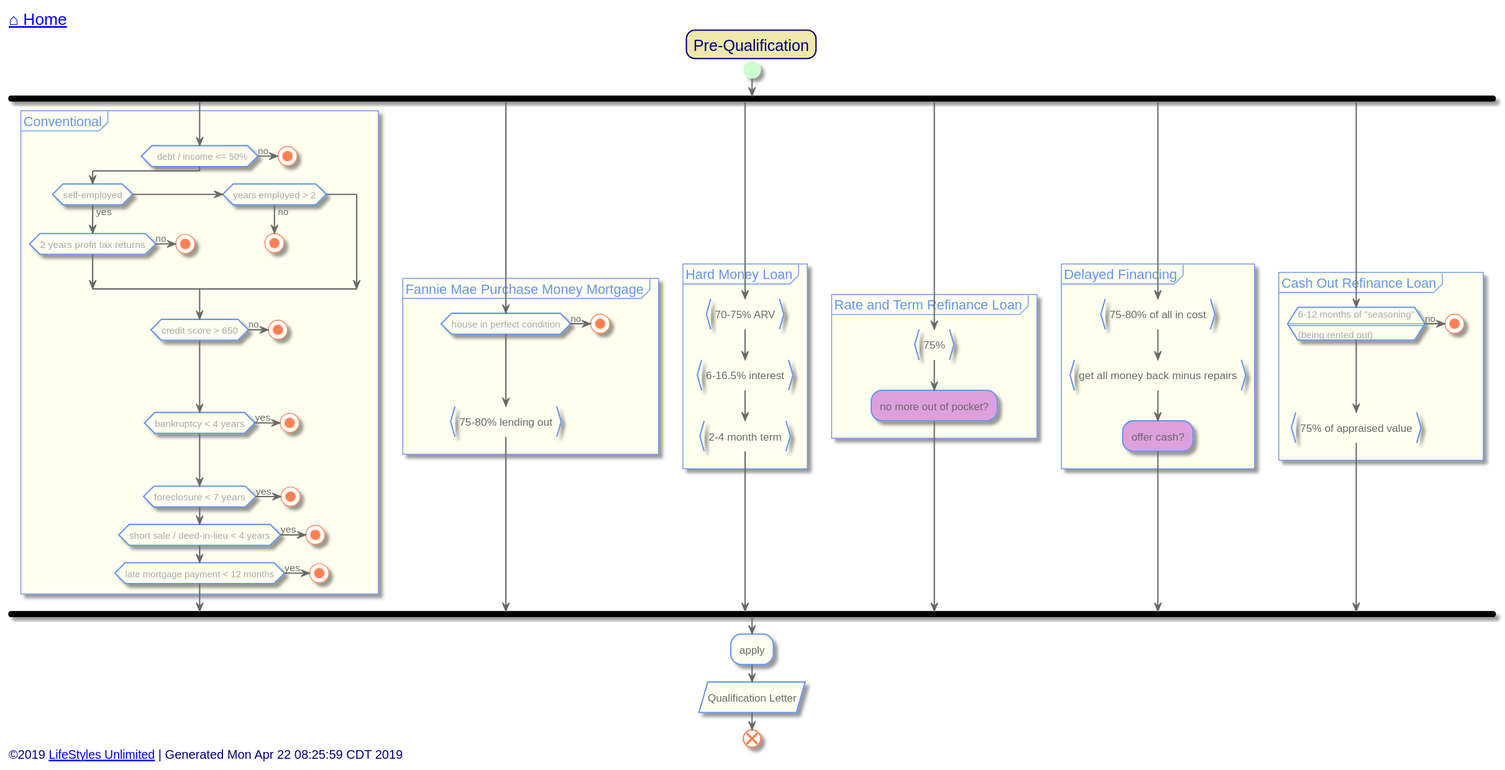
Before: out/src/single-family/pre-qualification.svg, a diagram exported from PlantUML (toddmo/lifestylesunlimited).
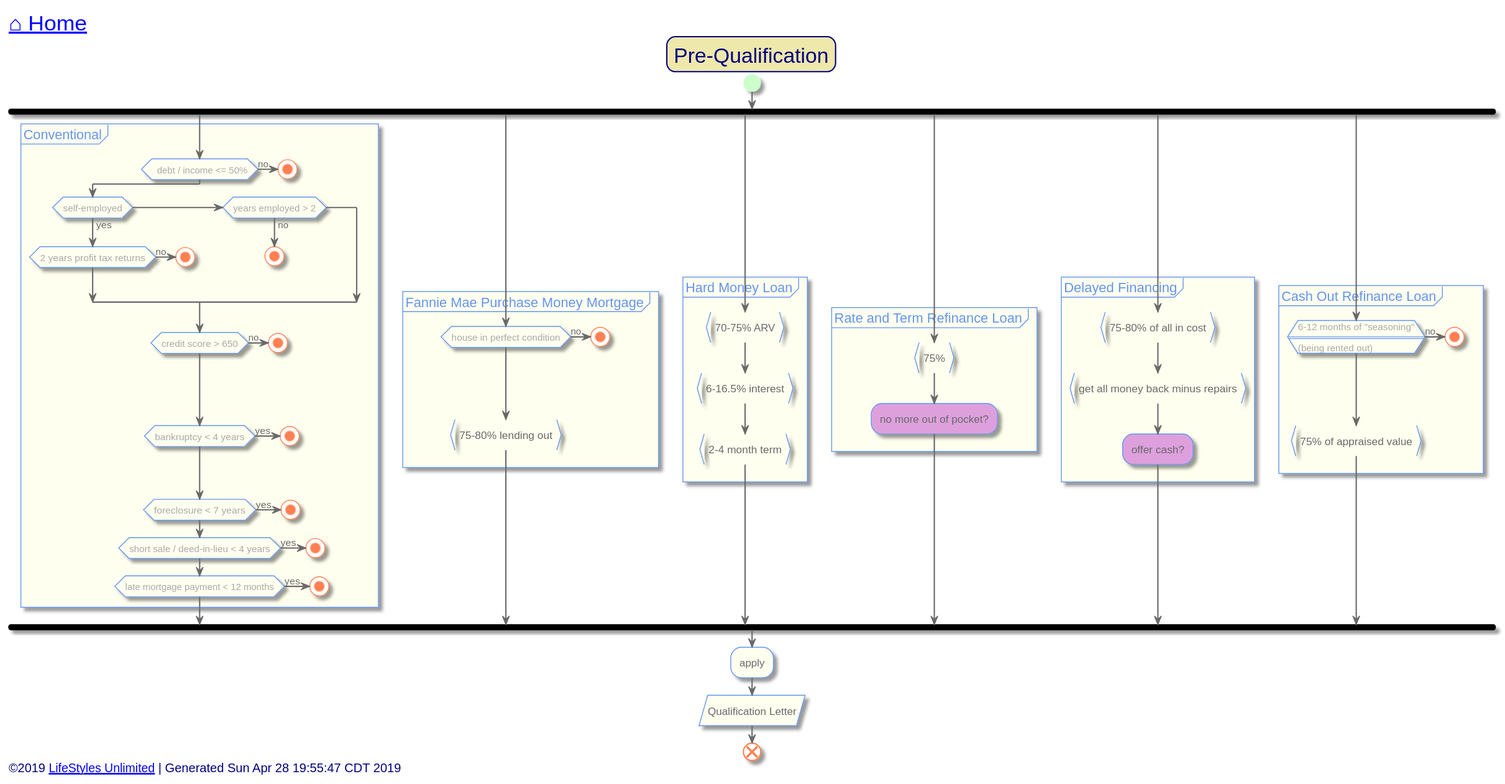
Later version of the same file.

What changed in the source:
```diff
@@ -11,11 +11,13 @@
   BackgroundColor PaleGoldenRod
   BorderColor Navy
   BorderRoundCorner 20
+  FontSize 24
 }
 
 skinparam activity {
   BackgroundColor Ivory
   BorderColor CornflowerBlue
+  BorderThickness 1
   FontColor DimGray
 
 
@@ -73,7 +75,7 @@
 
 
 left header
-	<font color=Navy size=18>[[../index.svg ⌂ Home]]</font>
+	<font color=Navy size=24>[[../index.svg ⌂ Home]]</font>
 endheader
 
 
@@ -160,7 +162,7 @@
 
 
 left footer
-	<font size=14>©2019 [[http://www.lifestylesunlimited.com LifeStyles Unlimited]] | Generated Mon Apr 22 08:25:59 CDT 2019</font>
+	<font size=14>©2019 [[http://www.lifestylesunlimited.com LifeStyles Unlimited]] | Generated Sun Apr 28 19:55:47 CDT 2019</font>
 endfooter
 
 
```
